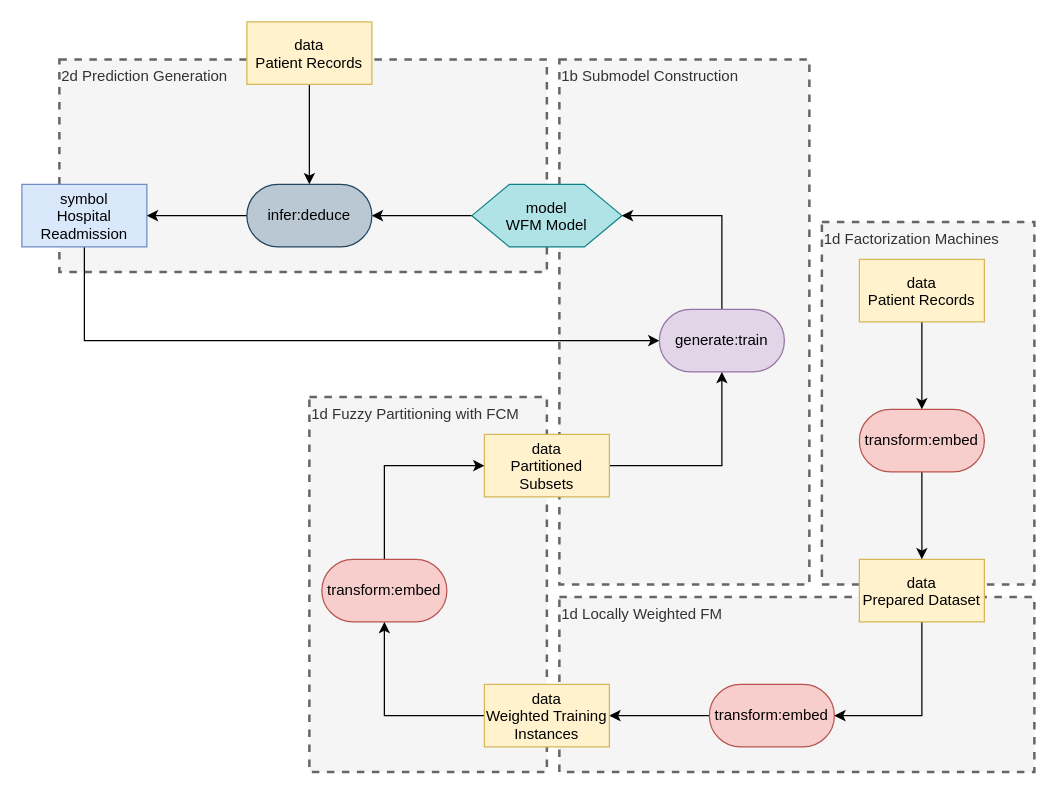
Before: medical patterns to boxologies/Rules influence ML Training (RMLT)/Locally weighted factorization machine with fuzzy partition for elderly readmission prediction.drawio in zonnesmit/thesis, a draw.io diagram. Source tidied: cells renumbered, new cells numbered last; positions are measured from the earlier drawing's top-left corner, leaving out a move shared by most shapes. Both pictures are drawn from the tidied source at 125%, with x=0, y=0 at pixel (21, 21).
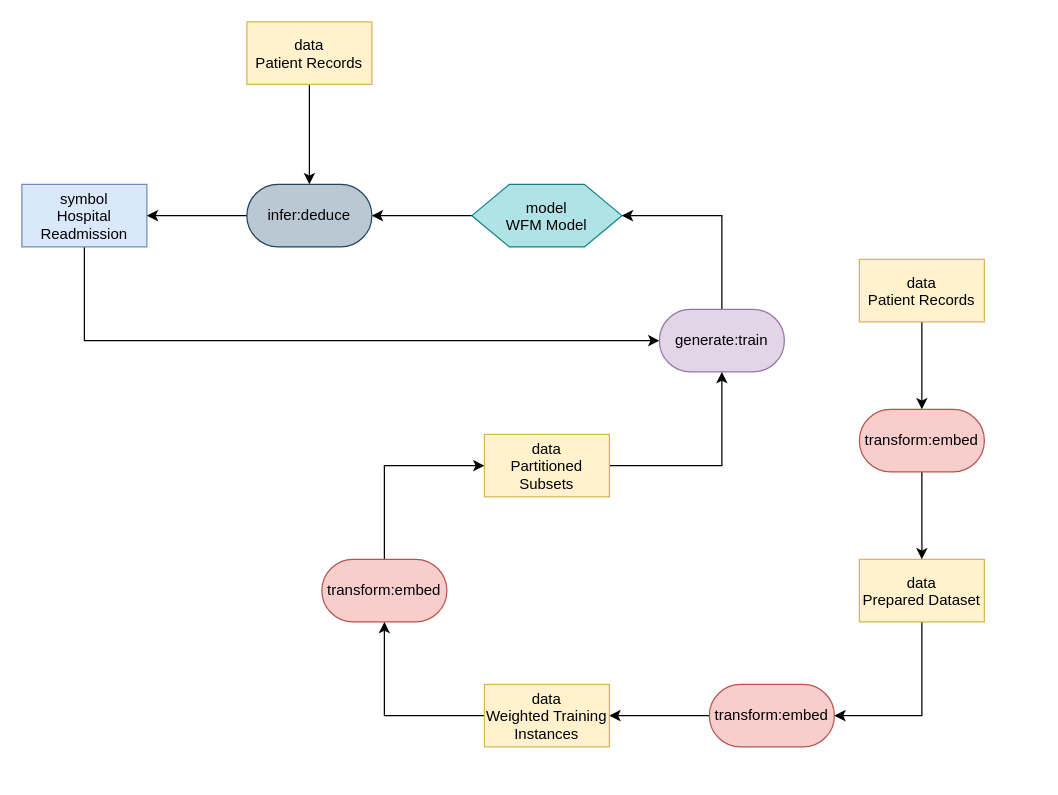
Above is the later version.

Diff of the diagram source:
```diff
@@
-    <mxCell id="2" value="1d Factorization Machines" style="text;html=1;align=left;verticalAlign=top;whiteSpace=wrap;rounded=0;dashed=1;fillColor=#f5f5f5;fontColor=#333333;strokeColor=#666666;strokeWidth=2;" parent="1" vertex="1">
-      <mxGeometry x="640" y="160" width="170" height="290" as="geometry" />
-    </mxCell>
-    <mxCell id="3" value="1d Locally Weighted FM" style="text;html=1;align=left;verticalAlign=top;whiteSpace=wrap;rounded=0;dashed=1;fillColor=#f5f5f5;fontColor=#333333;strokeColor=#666666;strokeWidth=2;" parent="1" vertex="1">
-      <mxGeometry x="430" y="460" width="380" height="140" as="geometry" />
-    </mxCell>
-    <mxCell id="4" value="1b Submodel Construction" style="text;html=1;align=left;verticalAlign=top;whiteSpace=wrap;rounded=0;dashed=1;fillColor=#f5f5f5;fontColor=#333333;strokeColor=#666666;strokeWidth=2;" parent="1" vertex="1">
-      <mxGeometry x="430" y="30" width="200" height="420" as="geometry" />
-    </mxCell>
-    <mxCell id="5" value="1d Fuzzy Partitioning with FCM" style="text;html=1;align=left;verticalAlign=top;whiteSpace=wrap;rounded=0;dashed=1;fillColor=#f5f5f5;fontColor=#333333;strokeColor=#666666;strokeWidth=2;" parent="1" vertex="1">
-      <mxGeometry x="230" y="300" width="190" height="300" as="geometry" />
-    </mxCell>
-    <mxCell id="6" value="2d Prediction Generation" style="text;html=1;align=left;verticalAlign=top;whiteSpace=wrap;rounded=0;dashed=1;fillColor=#f5f5f5;fontColor=#333333;strokeColor=#666666;strokeWidth=2;" parent="1" vertex="1">
-      <mxGeometry x="30" y="30" width="390" height="170" as="geometry" />
-    </mxCell>
```
